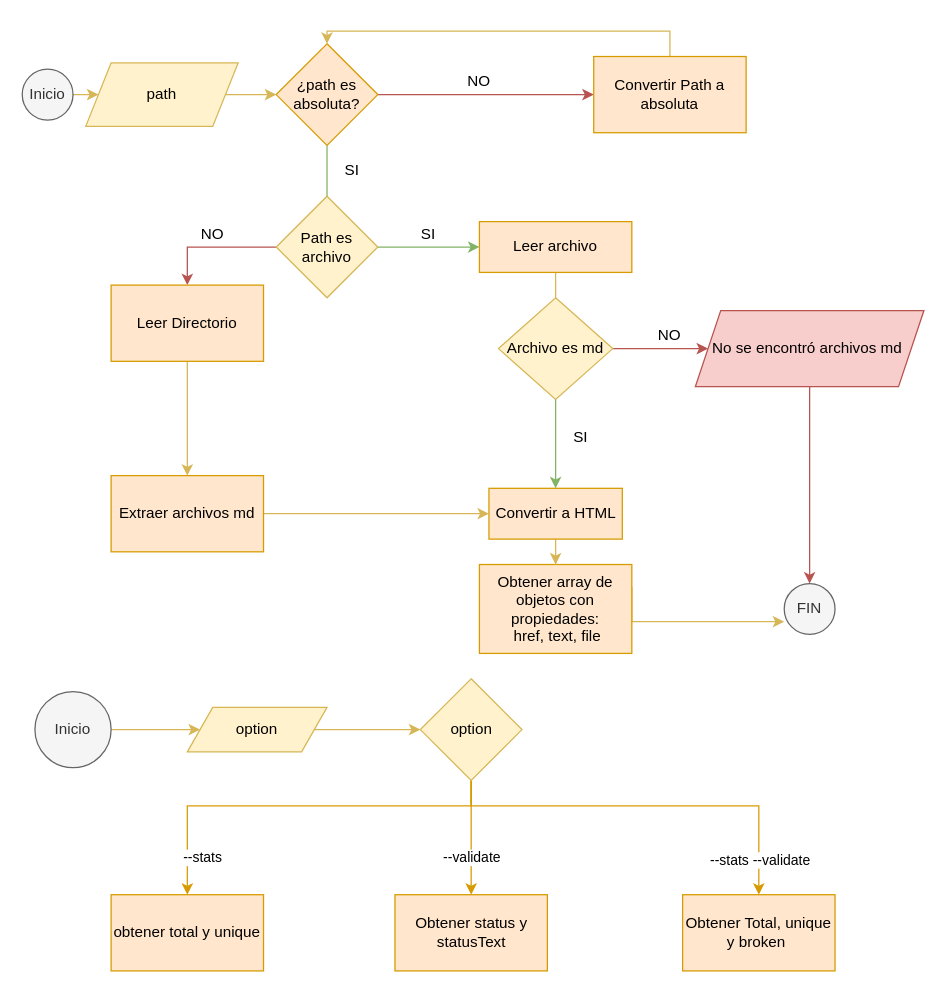
Earlier version of the draw.io diagram Untitled Diagram.drawio (SharonHQ/LIM013-fe-md-links). Source tidied: cells renumbered, new cells numbered last; positions are measured from the earlier drawing's top-left corner, leaving out a move shared by most shapes. Both pictures are drawn from the tidied source at 127%, with x=0, y=0 at pixel (22, 43).
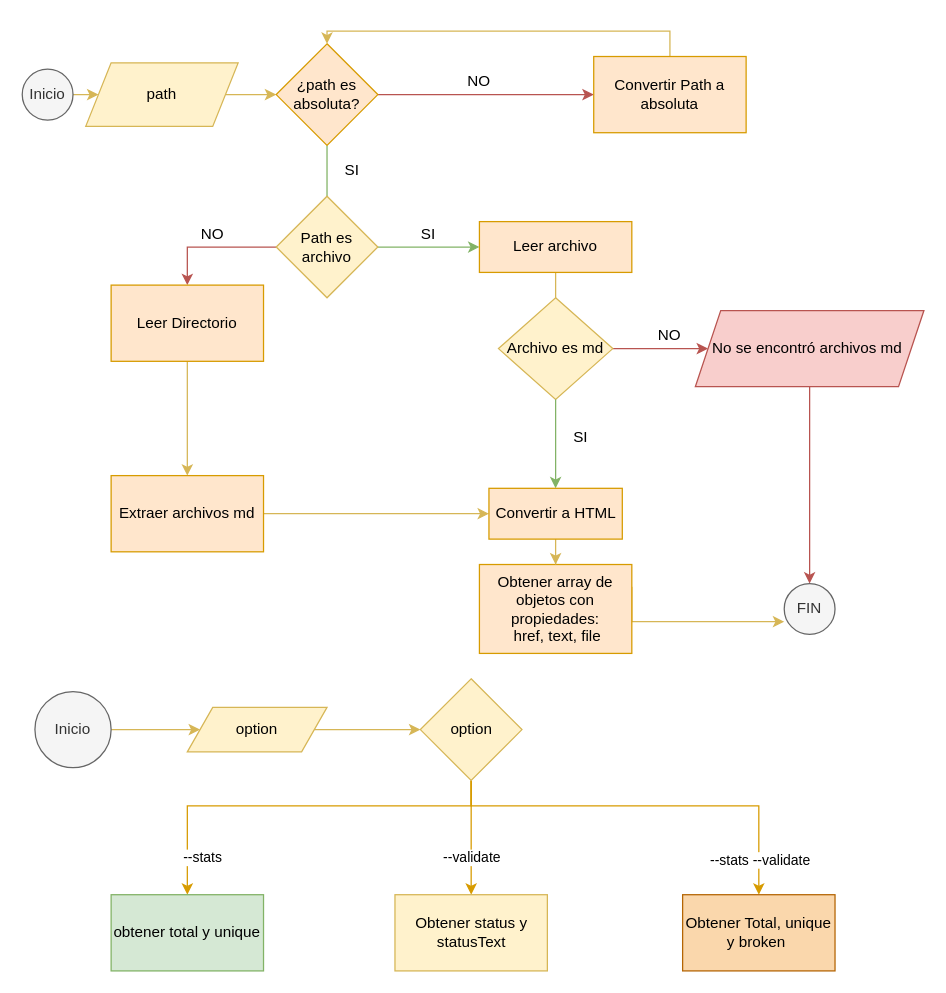
The same diagram, later.

The edit, as a diff of the source:
```diff
@@
-    <mxCell id="47" value="Obtener status y statusText" style="rounded=0;whiteSpace=wrap;html=1;fillColor=#ffe6cc;strokeColor=#d79b00;" parent="1" vertex="1">
+    <mxCell id="47" value="Obtener status y statusText" style="rounded=0;whiteSpace=wrap;html=1;fillColor=#fff2cc;strokeColor=#d6b656;" parent="1" vertex="1">
       <mxGeometry x="293.5" y="670" width="120" height="60" as="geometry" />
     </mxCell>
-    <mxCell id="48" value="obtener total y unique" style="rounded=0;whiteSpace=wrap;html=1;fillColor=#ffe6cc;strokeColor=#d79b00;" parent="1" vertex="1">
+    <mxCell id="48" value="obtener total y unique" style="rounded=0;whiteSpace=wrap;html=1;fillColor=#d5e8d4;strokeColor=#82b366;" parent="1" vertex="1">
       <mxGeometry x="70" y="670" width="120" height="60" as="geometry" />
     </mxCell>
-    <mxCell id="49" value="Obtener Total, unique y broken&amp;nbsp;" style="rounded=0;whiteSpace=wrap;html=1;fillColor=#ffe6cc;strokeColor=#d79b00;" parent="1" vertex="1">
+    <mxCell id="49" value="Obtener Total, unique y broken&amp;nbsp;" style="rounded=0;whiteSpace=wrap;html=1;fillColor=#fad7ac;strokeColor=#b46504;" parent="1" vertex="1">
       <mxGeometry x="520" y="670" width="120" height="60" as="geometry" />
     </mxCell>
```
